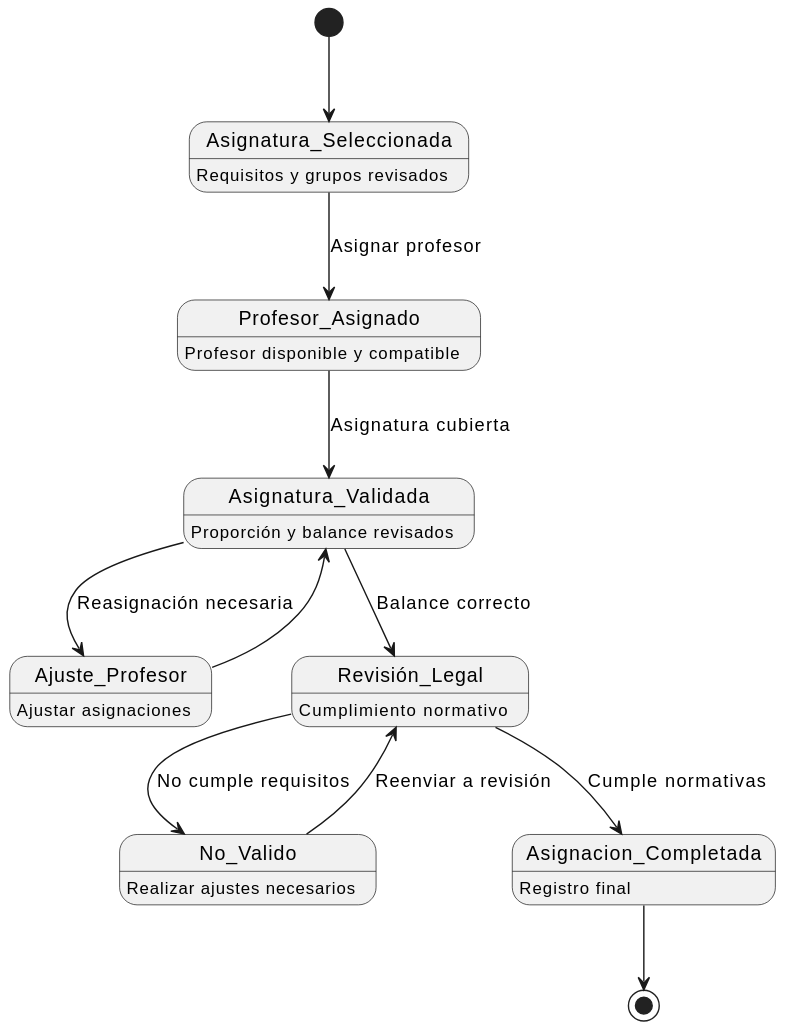
The PlantUML diagram images/modelosUML/MdD/diagramaDeEstados2.svg in mmasias/24-25-IdSw1-SDR, before a commit.
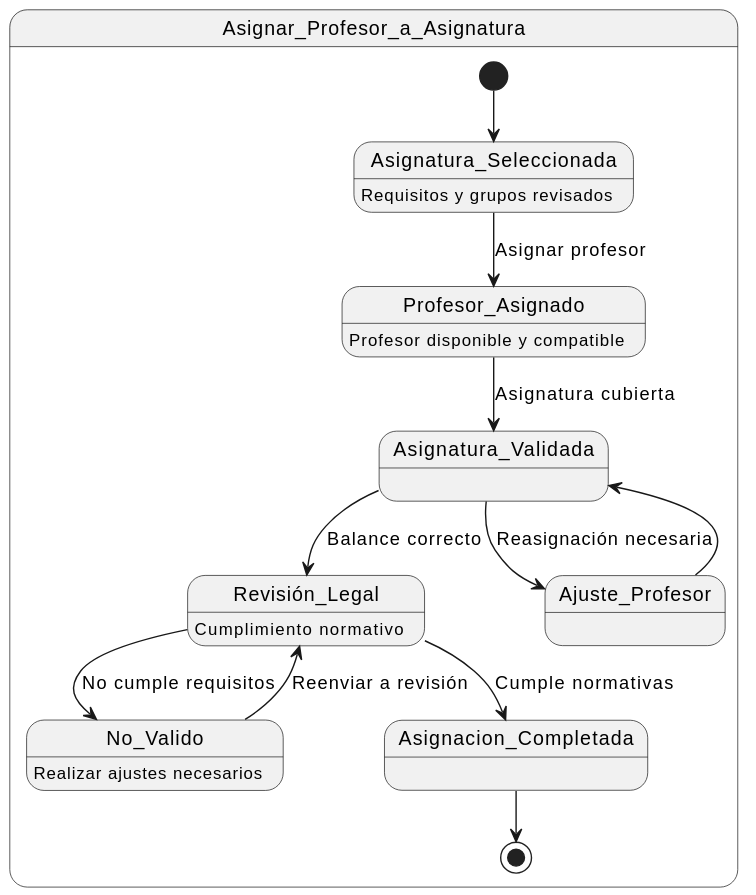
After the commit.

Commit message:
Actualizar diagramas de estados: mejorar la estructura y claridad de los estados y transiciones

Diff of the diagram source:
```diff
@@ -1,47 +1,38 @@
 @startuml
-[*] --> Asignatura_Seleccionada
+state Asignar_Profesor_a_Asignatura {
 
-state Asignatura_Seleccionada {
-    Asignatura_Seleccionada: Requisitos y grupos revisados
+    [*] --> Asignatura_Seleccionada
+
+    state Asignatura_Seleccionada {
+        Asignatura_Seleccionada: Requisitos y grupos revisados
+    }
+
+    Asignatura_Seleccionada --> Profesor_Asignado: Asignar profesor
+
+    state Profesor_Asignado {
+        Profesor_Asignado: Profesor disponible y compatible
+    }
+
+    Profesor_Asignado --> Asignatura_Validada: Asignatura cubierta
+
+    Asignatura_Validada --> Ajuste_Profesor: Reasignación necesaria
+    Asignatura_Validada --> Revisión_Legal: Balance correcto
+
+    Ajuste_Profesor --> Asignatura_Validada
+
+    state Revisión_Legal {
+        Revisión_Legal: Cumplimiento normativo
+    }
+
+    Revisión_Legal --> No_Valido: No cumple requisitos
+    Revisión_Legal --> Asignacion_Completada: Cumple normativas
+
+    state No_Valido {
+        No_Valido: Realizar ajustes necesarios
+    }
+
+    No_Valido --> Revisión_Legal: Reenviar a revisión
+
+    Asignacion_Completada --> [*]
 }
-
-Asignatura_Seleccionada --> Profesor_Asignado: Asignar profesor
-
-state Profesor_Asignado {
-    Profesor_Asignado: Profesor disponible y compatible
-}
-
-Profesor_Asignado --> Asignatura_Validada: Asignatura cubierta
-
-state Asignatura_Validada {
-    Asignatura_Validada: Proporción y balance revisados
-}
-
-Asignatura_Validada --> Ajuste_Profesor: Reasignación necesaria
-Asignatura_Validada --> Revisión_Legal: Balance correcto
-
-state Ajuste_Profesor {
-    Ajuste_Profesor: Ajustar asignaciones
-}
-
-Ajuste_Profesor --> Asignatura_Validada
-
-state Revisión_Legal {
-    Revisión_Legal: Cumplimiento normativo
-}
-
-Revisión_Legal --> No_Valido: No cumple requisitos
-Revisión_Legal --> Asignacion_Completada: Cumple normativas
-
-state No_Valido {
-    No_Valido: Realizar ajustes necesarios
-}
-
-No_Valido --> Revisión_Legal: Reenviar a revisión
-
-state Asignacion_Completada {
-    Asignacion_Completada: Registro final
-}
-
-Asignacion_Completada --> [*]
 @enduml
```
